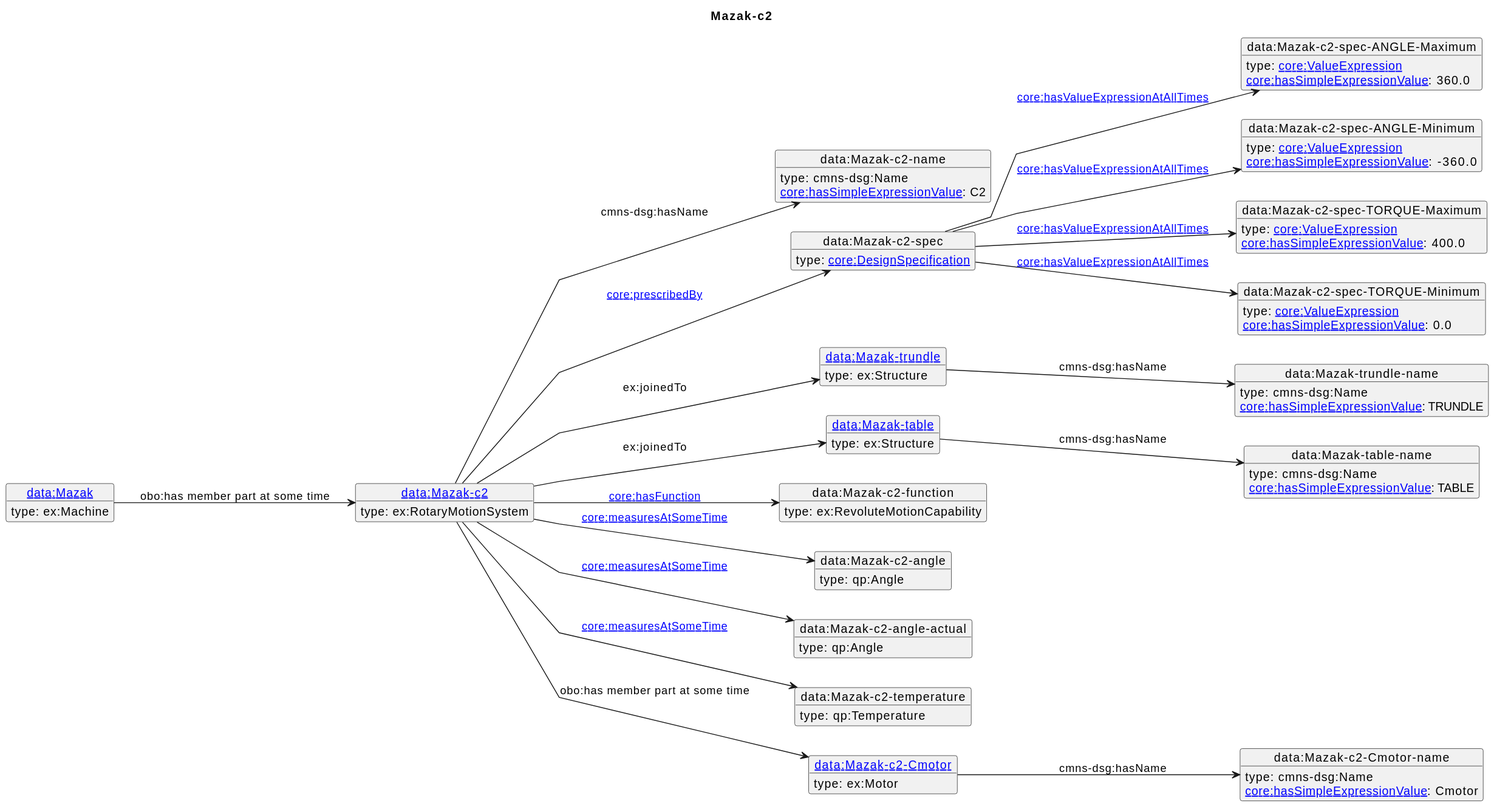
The PlantUML diagram diagrams/Mazak-c2.svg in iofoundry/example-syseng-mtconnect, before a commit.
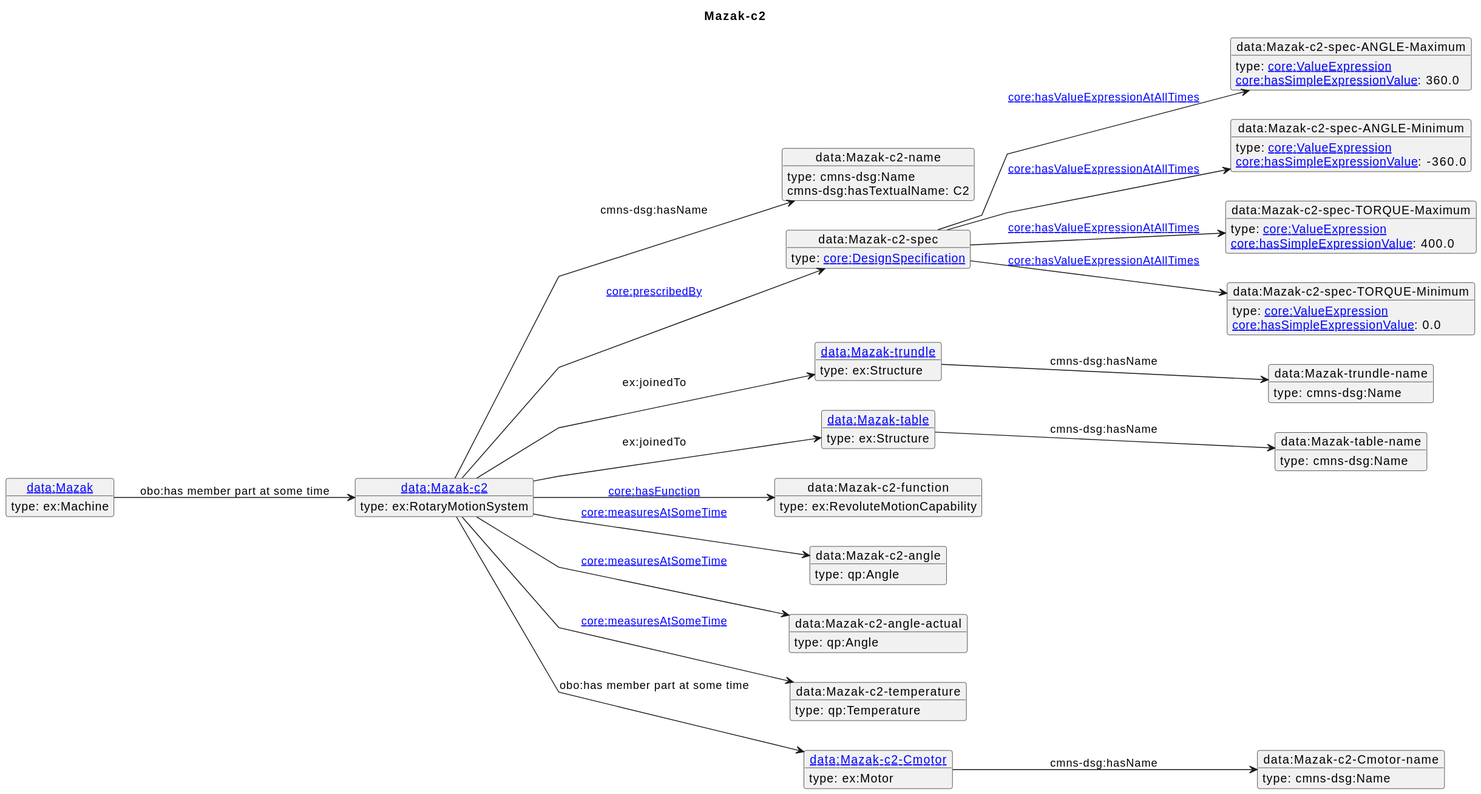
After the change.

Change to the diagram source:
```diff
@@ -57,7 +57,7 @@
  type: ex:Machine
 }
 o1 --> o2 : cmns-dsg:hasName
-o2 : [[https://spec.industrialontologies.org/ontology/core/Core/hasSimpleExpressionValue core:hasSimpleExpressionValue]]: C2
+o2 : cmns-dsg:hasTextualName: C2
 o1 --> o3 : [[https://spec.industrialontologies.org/ontology/core/Core/prescribedBy core:prescribedBy]]
 o3 --> o4 : [[https://spec.industrialontologies.org/ontology/core/Core/hasValueExpressionAtAllTimes core:hasValueExpressionAtAllTimes]]
 o4 : [[https://spec.industrialontologies.org/ontology/core/Core/hasSimpleExpressionValue core:hasSimpleExpressionValue]]: 360.0
@@ -69,16 +69,13 @@
 o7 : [[https://spec.industrialontologies.org/ontology/core/Core/hasSimpleExpressionValue core:hasSimpleExpressionValue]]: 0.0
 o1 --> o8 : ex:joinedTo
 o8 --> o9 : cmns-dsg:hasName
-o9 : [[https://spec.industrialontologies.org/ontology/core/Core/hasSimpleExpressionValue core:hasSimpleExpressionValue]]: TRUNDLE
 o1 --> o10 : ex:joinedTo
 o10 --> o11 : cmns-dsg:hasName
-o11 : [[https://spec.industrialontologies.org/ontology/core/Core/hasSimpleExpressionValue core:hasSimpleExpressionValue]]: TABLE
 o1 --> o12 : [[https://spec.industrialontologies.org/ontology/core/Core/hasFunction core:hasFunction]]
 o1 --> o13 : [[https://spec.industrialontologies.org/ontology/core/Core/measuresAtSomeTime core:measuresAtSomeTime]]
 o1 --> o14 : [[https://spec.industrialontologies.org/ontology/core/Core/measuresAtSomeTime core:measuresAtSomeTime]]
 o1 --> o15 : [[https://spec.industrialontologies.org/ontology/core/Core/measuresAtSomeTime core:measuresAtSomeTime]]
 o1 --> o16 : obo:has member part at some time
 o16 --> o17 : cmns-dsg:hasName
-o17 : [[https://spec.industrialontologies.org/ontology/core/Core/hasSimpleExpressionValue core:hasSimpleExpressionValue]]: Cmotor
 o18 --> o1 : obo:has member part at some time
 @enduml
```
